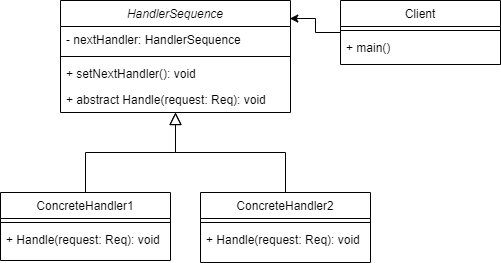
Before: src/com/designPatterns/BehavioralPatterns/ChainOfResponsibilities/diagram.png, a diagram exported from draw.io (Omar-ahmed314/Design-Patterns). Source tidied: cells renumbered, new cells last; positions are measured from the earlier drawing's top-left corner, leaving out a move shared by most shapes.
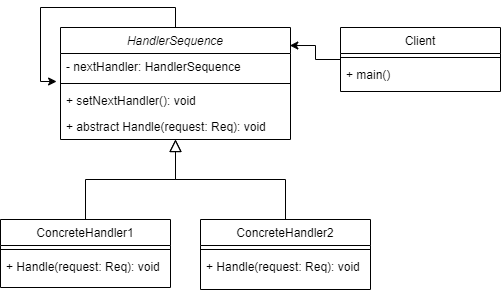
The same file after the commit.

Diff of the diagram source:
```diff
@@ -17,6 +17,9 @@
     <mxCell id="6" value="+ abstract Handle(request: Req): void" style="text;align=left;verticalAlign=top;spacingLeft=4;spacingRight=4;overflow=hidden;" parent="2" vertex="1">
       <mxGeometry y="86" width="230" height="26" as="geometry" />
     </mxCell>
+    <mxCell id="19" style="edgeStyle=orthogonalEdgeStyle;rounded=0;jettySize=auto;html=1;entryX=-0.017;entryY=1.077;entryDx=0;entryDy=0;entryPerimeter=0;" parent="2" edge="1" source="2" target="3">
+      <mxGeometry relative="1" as="geometry" />
+    </mxCell>
     <mxCell id="7" value="ConcreteHandler1" style="swimlane;fontStyle=0;align=center;verticalAlign=top;horizontal=1;startSize=26;rounded=0;shadow=0;strokeWidth=1;" parent="1" vertex="1">
       <mxGeometry y="192" width="170" height="68" as="geometry" />
     </mxCell>
```
